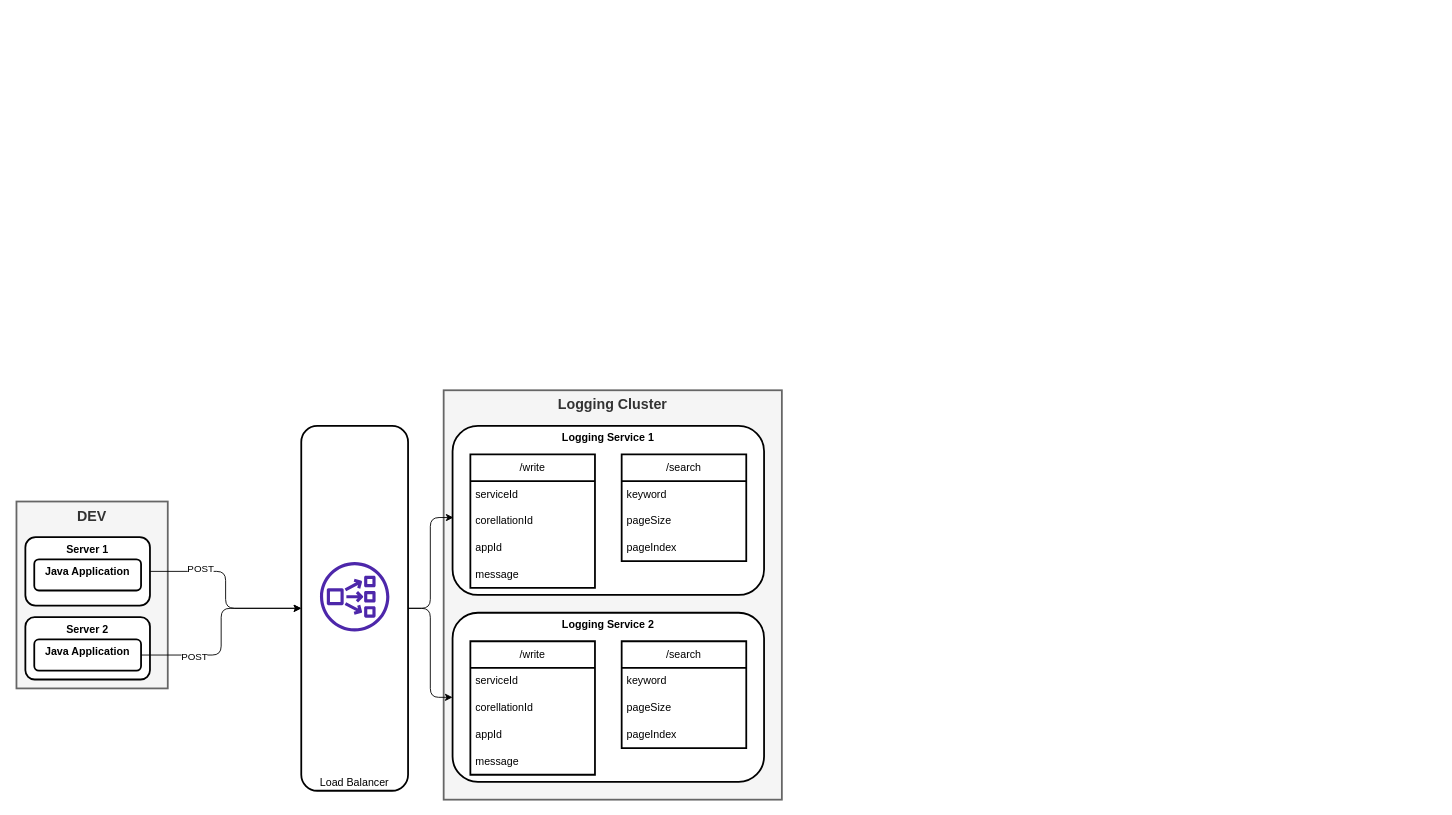
The draw.io diagram page "Custom logging system design" (3 of 3) of logging system design.drawio in hepexta/app-design, before the edit. Source tidied: cells renumbered, new cells numbered last; positions are measured from the earlier drawing's top-left corner, leaving out a move shared by most shapes. Both pictures are drawn from the tidied source at 89%, with x=0, y=0 at pixel (16, 390). Pictures stored in the file or linked from it are replaced by grey dashed boxes.
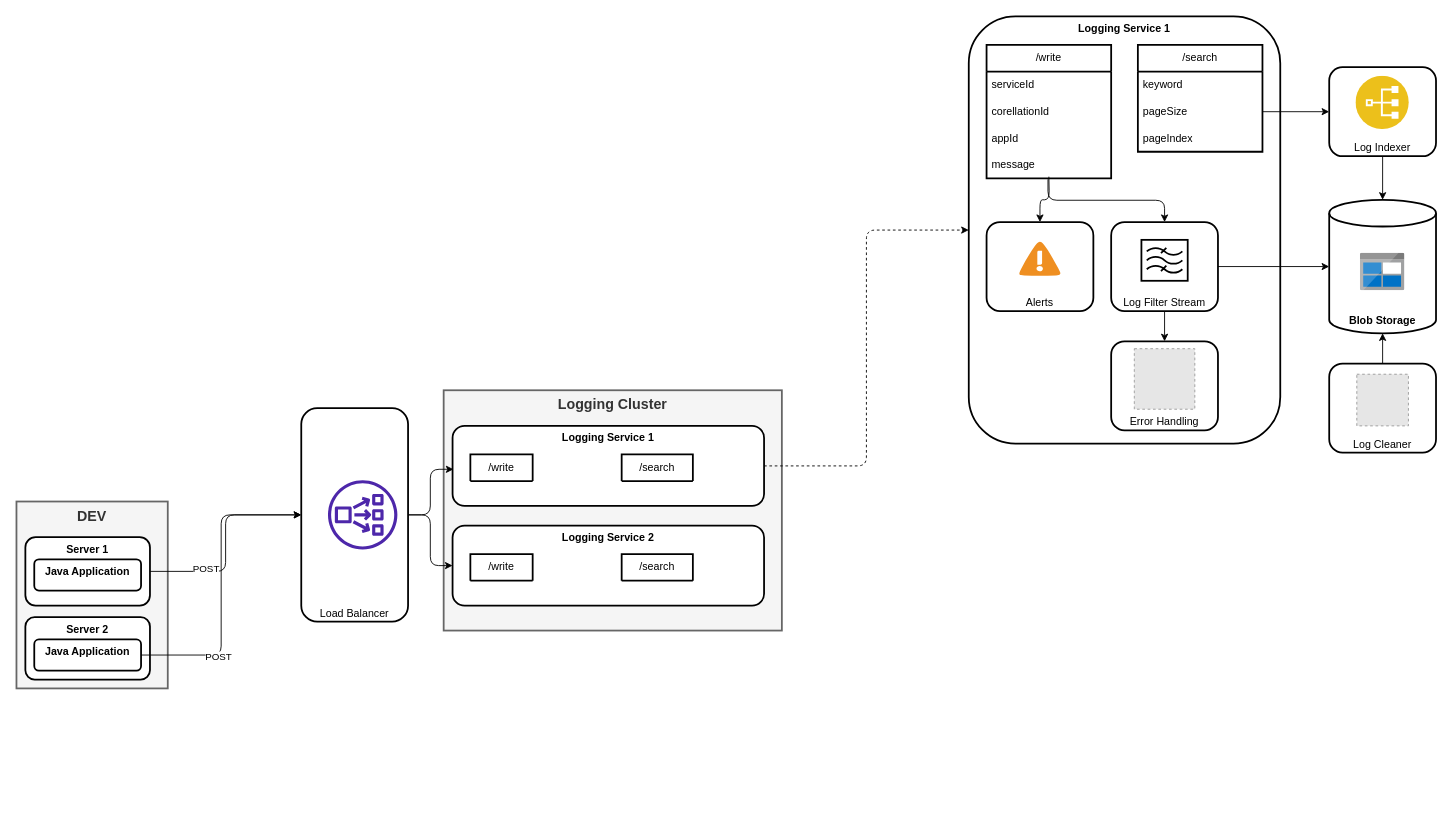
After the change.

Diff of the diagram source:
```diff
@@
+    <mxCell id="36" style="edgeStyle=orthogonalEdgeStyle;rounded=1;jettySize=auto;html=1;exitX=0.5;exitY=1;exitDx=0;exitDy=0;entryX=0.5;entryY=0;entryDx=0;entryDy=0;entryPerimeter=0;" parent="1" edge="1" source="37" target="50">
+      <mxGeometry relative="1" as="geometry" />
+    </mxCell>
+    <mxCell id="37" value="Log Indexer" style="rounded=1;whiteSpace=wrap;html=1;strokeWidth=2;verticalAlign=bottom;" parent="1" vertex="1">
+      <mxGeometry x="1475" y="-363" width="120" height="100" as="geometry" />
+    </mxCell>
+    <mxCell id="38" value="Logging Service 1" style="rounded=1;whiteSpace=wrap;html=1;verticalAlign=top;strokeWidth=2;fontStyle=1;" parent="1" vertex="1">
+      <mxGeometry x="1070" y="-420" width="350" height="480" as="geometry" />
+    </mxCell>
+    <mxCell id="39" value="Error Handling" style="rounded=1;whiteSpace=wrap;html=1;strokeWidth=2;verticalAlign=bottom;" parent="1" vertex="1">
+      <mxGeometry x="1230" y="-55" width="120" height="100" as="geometry" />
+    </mxCell>
     <mxCell id="2" value="Logging Cluster" style="rounded=0;whiteSpace=wrap;html=1;fontSize=16;strokeWidth=2;verticalAlign=top;fontStyle=1;fillColor=#f5f5f5;fontColor=#333333;strokeColor=#666666;" parent="1" vertex="1">
-      <mxGeometry x="480" width="380" height="460" as="geometry" />
+      <mxGeometry x="480" width="380" height="270" as="geometry" />
     </mxCell>
@@
     <mxCell id="5" value="Load Balancer" style="rounded=1;whiteSpace=wrap;html=1;verticalAlign=bottom;strokeWidth=2;" parent="1" vertex="1">
-      <mxGeometry x="320" y="40" width="120" height="410" as="geometry" />
+      <mxGeometry x="320" y="20" width="120" height="240" as="geometry" />
     </mxCell>
     <mxCell id="6" style="sketch=0;fontColor=#232F3E;gradientColor=none;fillColor=#4D27AA;strokeColor=none;dashed=0;verticalLabelPosition=bottom;verticalAlign=top;align=center;html=1;fontSize=12;fontStyle=0;shape=mxgraph.aws4.network_load_balancer;" parent="1" vertex="1">
-      <mxGeometry x="341" y="193" width="78" height="78" as="geometry" />
+      <mxGeometry x="350" y="101" width="78" height="78" as="geometry" />
     </mxCell>
@@
+    <mxCell id="40" style="edgeStyle=orthogonalEdgeStyle;rounded=1;jettySize=auto;html=1;exitX=1;exitY=0.5;exitDx=0;exitDy=0;entryX=0;entryY=0.5;entryDx=0;entryDy=0;dashed=1;" parent="1" edge="1" source="16" target="38">
+      <mxGeometry relative="1" as="geometry" />
+    </mxCell>
     <mxCell id="16" value="Logging Service 1" style="rounded=1;whiteSpace=wrap;html=1;verticalAlign=top;strokeWidth=2;fontStyle=1;" parent="1" vertex="1">
-      <mxGeometry x="490" y="40" width="350" height="190" as="geometry" />
+      <mxGeometry x="490" y="40" width="350" height="90" as="geometry" />
     </mxCell>
-    <mxCell id="17" value="/write" style="swimlane;fontStyle=0;horizontal=1;startSize=30;whiteSpace=wrap;html=1;strokeWidth=2;" parent="1" vertex="1">
-      <mxGeometry x="510" y="72" width="140" height="150" as="geometry" />
+    <mxCell id="17" value="/write" style="swimlane;fontStyle=0;horizontal=1;startSize=30;whiteSpace=wrap;html=1;strokeWidth=2;" parent="1" vertex="1" collapsed="1">
+      <mxGeometry x="510" y="72" width="70" height="30" as="geometry" />
     </mxCell>
-    <mxCell id="18" value="serviceId" style="text;strokeColor=none;fillColor=none;align=left;verticalAlign=middle;spacingLeft=4;spacingRight=4;overflow=hidden;whiteSpace=wrap;html=1;" parent="17" vertex="1">
-      <mxGeometry y="30" width="140" height="30" as="geometry" />
-    </mxCell>
-    <mxCell id="19" value="corellationId" style="text;strokeColor=none;fillColor=none;align=left;verticalAlign=middle;spacingLeft=4;spacingRight=4;overflow=hidden;whiteSpace=wrap;html=1;" parent="17" vertex="1">
-      <mxGeometry y="60" width="140" height="30" as="geometry" />
-    </mxCell>
-    <mxCell id="20" value="appId" style="text;strokeColor=none;fillColor=none;align=left;verticalAlign=middle;spacingLeft=4;spacingRight=4;overflow=hidden;whiteSpace=wrap;html=1;" parent="17" vertex="1">
-      <mxGeometry y="90" width="140" height="30" as="geometry" />
-    </mxCell>
-    <mxCell id="21" value="message" style="text;strokeColor=none;fillColor=none;align=left;verticalAlign=middle;spacingLeft=4;spacingRight=4;overflow=hidden;whiteSpace=wrap;html=1;" parent="17" vertex="1">
-      <mxGeometry y="120" width="140" height="30" as="geometry" />
-    </mxCell>
-    <mxCell id="22" value="/search" style="swimlane;fontStyle=0;horizontal=1;startSize=30;whiteSpace=wrap;html=1;strokeWidth=2;" parent="1" vertex="1">
-      <mxGeometry x="680" y="72" width="140" height="120" as="geometry" />
+    <mxCell id="22" value="/search" style="swimlane;fontStyle=0;horizontal=1;startSize=30;whiteSpace=wrap;html=1;strokeWidth=2;" parent="1" vertex="1" collapsed="1">
+      <mxGeometry x="680" y="72" width="80" height="30" as="geometry" />
     </mxCell>
-    <mxCell id="23" value="keyword" style="text;strokeColor=none;fillColor=none;align=left;verticalAlign=middle;spacingLeft=4;spacingRight=4;overflow=hidden;whiteSpace=wrap;html=1;" parent="22" vertex="1">
-      <mxGeometry y="30" width="140" height="30" as="geometry" />
-    </mxCell>
-    <mxCell id="24" value="pageSize" style="text;strokeColor=none;fillColor=none;align=left;verticalAlign=middle;spacingLeft=4;spacingRight=4;overflow=hidden;whiteSpace=wrap;html=1;" parent="22" vertex="1">
-      <mxGeometry y="60" width="140" height="30" as="geometry" />
-    </mxCell>
-    <mxCell id="25" value="pageIndex" style="text;strokeColor=none;fillColor=none;align=left;verticalAlign=middle;spacingLeft=4;spacingRight=4;overflow=hidden;whiteSpace=wrap;html=1;" parent="22" vertex="1">
-      <mxGeometry y="90" width="140" height="30" as="geometry" />
-    </mxCell>
     <mxCell id="26" value="Logging Service 2" style="rounded=1;whiteSpace=wrap;html=1;verticalAlign=top;strokeWidth=2;fontStyle=1;" parent="1" vertex="1">
-      <mxGeometry x="490" y="250" width="350" height="190" as="geometry" />
+      <mxGeometry x="490" y="152" width="350" height="90" as="geometry" />
     </mxCell>
-    <mxCell id="27" value="/write" style="swimlane;fontStyle=0;horizontal=1;startSize=30;whiteSpace=wrap;html=1;strokeWidth=2;" parent="1" vertex="1">
-      <mxGeometry x="510" y="282" width="140" height="150" as="geometry" />
+    <mxCell id="27" value="/write" style="swimlane;fontStyle=0;horizontal=1;startSize=30;whiteSpace=wrap;html=1;strokeWidth=2;" parent="1" vertex="1" collapsed="1">
+      <mxGeometry x="510" y="184" width="70" height="30" as="geometry" />
     </mxCell>
-    <mxCell id="28" value="serviceId" style="text;strokeColor=none;fillColor=none;align=left;verticalAlign=middle;spacingLeft=4;spacingRight=4;overflow=hidden;whiteSpace=wrap;html=1;" parent="27" vertex="1">
-      <mxGeometry y="30" width="140" height="30" as="geometry" />
-    </mxCell>
-    <mxCell id="29" value="corellationId" style="text;strokeColor=none;fillColor=none;align=left;verticalAlign=middle;spacingLeft=4;spacingRight=4;overflow=hidden;whiteSpace=wrap;html=1;" parent="27" vertex="1">
-      <mxGeometry y="60" width="140" height="30" as="geometry" />
-    </mxCell>
-    <mxCell id="30" value="appId" style="text;strokeColor=none;fillColor=none;align=left;verticalAlign=middle;spacingLeft=4;spacingRight=4;overflow=hidden;whiteSpace=wrap;html=1;" parent="27" vertex="1">
-      <mxGeometry y="90" width="140" height="30" as="geometry" />
-    </mxCell>
-    <mxCell id="31" value="message" style="text;strokeColor=none;fillColor=none;align=left;verticalAlign=middle;spacingLeft=4;spacingRight=4;overflow=hidden;whiteSpace=wrap;html=1;" parent="27" vertex="1">
-      <mxGeometry y="120" width="140" height="30" as="geometry" />
-    </mxCell>
-    <mxCell id="32" value="/search" style="swimlane;fontStyle=0;horizontal=1;startSize=30;whiteSpace=wrap;html=1;strokeWidth=2;" parent="1" vertex="1">
-      <mxGeometry x="680" y="282" width="140" height="120" as="geometry" />
+    <mxCell id="32" value="/search" style="swimlane;fontStyle=0;horizontal=1;startSize=30;whiteSpace=wrap;html=1;strokeWidth=2;" parent="1" vertex="1" collapsed="1">
+      <mxGeometry x="680" y="184" width="80" height="30" as="geometry" />
     </mxCell>
-    <mxCell id="33" value="keyword" style="text;strokeColor=none;fillColor=none;align=left;verticalAlign=middle;spacingLeft=4;spacingRight=4;overflow=hidden;whiteSpace=wrap;html=1;" parent="32" vertex="1">
-      <mxGeometry y="30" width="140" height="30" as="geometry" />
-    </mxCell>
-    <mxCell id="34" value="pageSize" style="text;strokeColor=none;fillColor=none;align=left;verticalAlign=middle;spacingLeft=4;spacingRight=4;overflow=hidden;whiteSpace=wrap;html=1;" parent="32" vertex="1">
-      <mxGeometry y="60" width="140" height="30" as="geometry" />
-    </mxCell>
-    <mxCell id="35" value="pageIndex" style="text;strokeColor=none;fillColor=none;align=left;verticalAlign=middle;spacingLeft=4;spacingRight=4;overflow=hidden;whiteSpace=wrap;html=1;" parent="32" vertex="1">
-      <mxGeometry y="90" width="140" height="30" as="geometry" />
-    </mxCell>
+    <mxCell id="41" value="/write" style="swimlane;fontStyle=0;horizontal=1;startSize=30;whiteSpace=wrap;html=1;strokeWidth=2;" parent="1" vertex="1">
+      <mxGeometry x="1090" y="-388" width="140" height="150" as="geometry" />
+    </mxCell>
+    <mxCell id="42" value="serviceId" style="text;strokeColor=none;fillColor=none;align=left;verticalAlign=middle;spacingLeft=4;spacingRight=4;overflow=hidden;whiteSpace=wrap;html=1;" parent="41" vertex="1">
+      <mxGeometry y="30" width="140" height="30" as="geometry" />
+    </mxCell>
+    <mxCell id="43" value="corellationId" style="text;strokeColor=none;fillColor=none;align=left;verticalAlign=middle;spacingLeft=4;spacingRight=4;overflow=hidden;whiteSpace=wrap;html=1;" parent="41" vertex="1">
+      <mxGeometry y="60" width="140" height="30" as="geometry" />
+    </mxCell>
+    <mxCell id="44" value="appId" style="text;strokeColor=none;fillColor=none;align=left;verticalAlign=middle;spacingLeft=4;spacingRight=4;overflow=hidden;whiteSpace=wrap;html=1;" parent="41" vertex="1">
+      <mxGeometry y="90" width="140" height="30" as="geometry" />
+    </mxCell>
+    <mxCell id="45" value="message" style="text;strokeColor=none;fillColor=none;align=left;verticalAlign=middle;spacingLeft=4;spacingRight=4;overflow=hidden;points=[[0,0.5],[1,0.5]];portConstraint=eastwest;whiteSpace=wrap;html=1;" parent="41" vertex="1">
+      <mxGeometry y="120" width="140" height="30" as="geometry" />
+    </mxCell>
+    <mxCell id="46" value="/search" style="swimlane;fontStyle=0;horizontal=1;startSize=30;whiteSpace=wrap;html=1;strokeWidth=2;" parent="1" vertex="1">
+      <mxGeometry x="1260" y="-388" width="140" height="120" as="geometry" />
+    </mxCell>
+    <mxCell id="47" value="keyword" style="text;strokeColor=none;fillColor=none;align=left;verticalAlign=middle;spacingLeft=4;spacingRight=4;overflow=hidden;whiteSpace=wrap;html=1;" parent="46" vertex="1">
+      <mxGeometry y="30" width="140" height="30" as="geometry" />
+    </mxCell>
+    <mxCell id="48" value="pageSize" style="text;strokeColor=none;fillColor=none;align=left;verticalAlign=middle;spacingLeft=4;spacingRight=4;overflow=hidden;points=[[0,0.5],[1,0.5]];portConstraint=eastwest;whiteSpace=wrap;html=1;" parent="46" vertex="1">
+      <mxGeometry y="60" width="140" height="30" as="geometry" />
+    </mxCell>
+    <mxCell id="49" value="pageIndex" style="text;strokeColor=none;fillColor=none;align=left;verticalAlign=middle;spacingLeft=4;spacingRight=4;overflow=hidden;whiteSpace=wrap;html=1;" parent="46" vertex="1">
+      <mxGeometry y="90" width="140" height="30" as="geometry" />
+    </mxCell>
+    <mxCell id="50" value="Blob Storage" style="shape=cylinder3;whiteSpace=wrap;html=1;boundedLbl=1;backgroundOutline=1;size=15;strokeWidth=2;verticalAlign=bottom;fontStyle=1;" parent="1" vertex="1">
+      <mxGeometry x="1475" y="-214" width="120" height="150" as="geometry" />
+    </mxCell>
+    <mxCell id="51" style="sketch=0;html=1;align=center;image;fontSize=12;image=img/lib/mscae/BlobBlock.svg;strokeWidth=2;" parent="1" vertex="1">
+      <mxGeometry x="1510" y="-154" width="50" height="42" as="geometry" />
+    </mxCell>
+    <mxCell id="52" style="edgeStyle=orthogonalEdgeStyle;rounded=1;jettySize=auto;html=1;exitX=0.493;exitY=1.033;exitDx=0;exitDy=0;exitPerimeter=0;" parent="1" edge="1" source="45" target="55">
+      <mxGeometry relative="1" as="geometry" />
+    </mxCell>
+    <mxCell id="53" style="edgeStyle=orthogonalEdgeStyle;rounded=1;jettySize=auto;html=1;exitX=0.5;exitY=1;exitDx=0;exitDy=0;entryX=0.5;entryY=0;entryDx=0;entryDy=0;" parent="1" edge="1" source="55" target="39">
+      <mxGeometry relative="1" as="geometry" />
+    </mxCell>
+    <mxCell id="54" style="edgeStyle=orthogonalEdgeStyle;rounded=1;jettySize=auto;html=1;exitX=1;exitY=0.5;exitDx=0;exitDy=0;entryX=0;entryY=0.5;entryDx=0;entryDy=0;entryPerimeter=0;" parent="1" edge="1" source="55" target="50">
+      <mxGeometry relative="1" as="geometry" />
+    </mxCell>
+    <mxCell id="55" value="Log Filter Stream" style="rounded=1;whiteSpace=wrap;html=1;strokeWidth=2;verticalAlign=bottom;" parent="1" vertex="1">
+      <mxGeometry x="1230" y="-189" width="120" height="100" as="geometry" />
+    </mxCell>
+    <mxCell id="56" style="verticalLabelPosition=bottom;shadow=0;dashed=0;align=center;html=1;verticalAlign=top;shape=mxgraph.electrical.abstract.filter;strokeWidth=2;" parent="1" vertex="1">
+      <mxGeometry x="1264" y="-169" width="52" height="46" as="geometry" />
+    </mxCell>
+    <mxCell id="57" style="edgeStyle=orthogonalEdgeStyle;rounded=1;jettySize=auto;html=1;" parent="1" edge="1" target="58">
+      <mxGeometry relative="1" as="geometry">
+        <mxPoint x="1160" y="-240" as="sourcePoint" />
+      </mxGeometry>
+    </mxCell>
+    <mxCell id="58" value="Alerts" style="rounded=1;whiteSpace=wrap;html=1;strokeWidth=2;verticalAlign=bottom;" parent="1" vertex="1">
+      <mxGeometry x="1090" y="-189" width="120" height="100" as="geometry" />
+    </mxCell>
+    <mxCell id="59" style="shadow=0;dashed=0;html=1;strokeColor=none;fillColor=#4495D1;labelPosition=center;verticalLabelPosition=bottom;verticalAlign=top;align=center;shape=mxgraph.veeam.2d.alert;strokeWidth=2;" parent="1" vertex="1">
+      <mxGeometry x="1126.7" y="-167" width="46.6" height="38.6" as="geometry" />
+    </mxCell>
+    <mxCell id="60" style="fillColor=#E6E6E6;strokeColor=#999999;dashed=1;html=1;verticalAlign=top;verticalLabelPosition=bottom;labelBackgroundColor=#ffffff;" parent="1" vertex="1">
+      <mxGeometry x="1256" y="-46.7" width="68" height="68" as="geometry" />
+    </mxCell>
+    <mxCell id="61" style="perimeter=ellipsePerimeter;html=1;align=center;shadow=0;dashed=0;fontColor=#4277BB;labelBackgroundColor=#ffffff;fontSize=12;spacingTop=3;image;image=img/lib/ibm/applications/index.svg;strokeWidth=2;" parent="1" vertex="1">
+      <mxGeometry x="1505" y="-353" width="60" height="60" as="geometry" />
+    </mxCell>
+    <mxCell id="62" style="edgeStyle=orthogonalEdgeStyle;rounded=1;jettySize=auto;html=1;exitX=1;exitY=0.5;exitDx=0;exitDy=0;entryX=0;entryY=0.5;entryDx=0;entryDy=0;" parent="1" edge="1" source="48" target="37">
+      <mxGeometry relative="1" as="geometry" />
+    </mxCell>
+    <mxCell id="63" style="edgeStyle=orthogonalEdgeStyle;rounded=1;jettySize=auto;html=1;exitX=0.5;exitY=0;exitDx=0;exitDy=0;entryX=0.5;entryY=1;entryDx=0;entryDy=0;entryPerimeter=0;" parent="1" edge="1" source="64" target="50">
+      <mxGeometry relative="1" as="geometry" />
+    </mxCell>
+    <mxCell id="64" value="Log Cleaner" style="rounded=1;whiteSpace=wrap;html=1;strokeWidth=2;verticalAlign=bottom;" parent="1" vertex="1">
+      <mxGeometry x="1475" y="-30" width="120" height="100" as="geometry" />
+    </mxCell>
+    <mxCell id="65" style="fillColor=#E6E6E6;strokeColor=#999999;dashed=1;html=1;verticalAlign=top;verticalLabelPosition=bottom;labelBackgroundColor=#ffffff;" parent="1" vertex="1">
+      <mxGeometry x="1506" y="-18" width="58" height="58" as="geometry" />
+    </mxCell>
```
